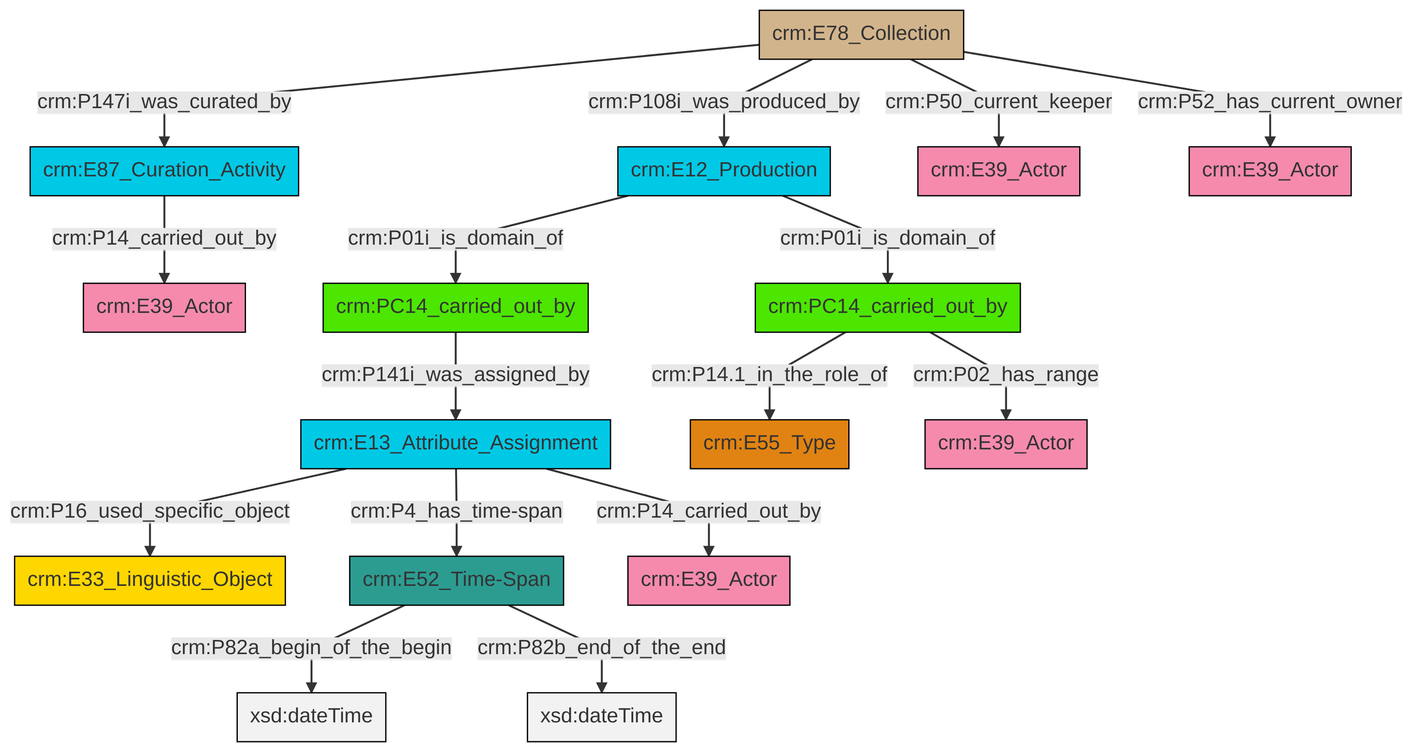
Before: et/archivalCSV/ttl/mmd/png/archival_relation.png, a diagram exported from Mermaid (swiss-art-research-net/docs.swissartresearch). Its source is kept beside it as et/archivalCSV/ttl/mmd/archival_relation.ttl.mmd.
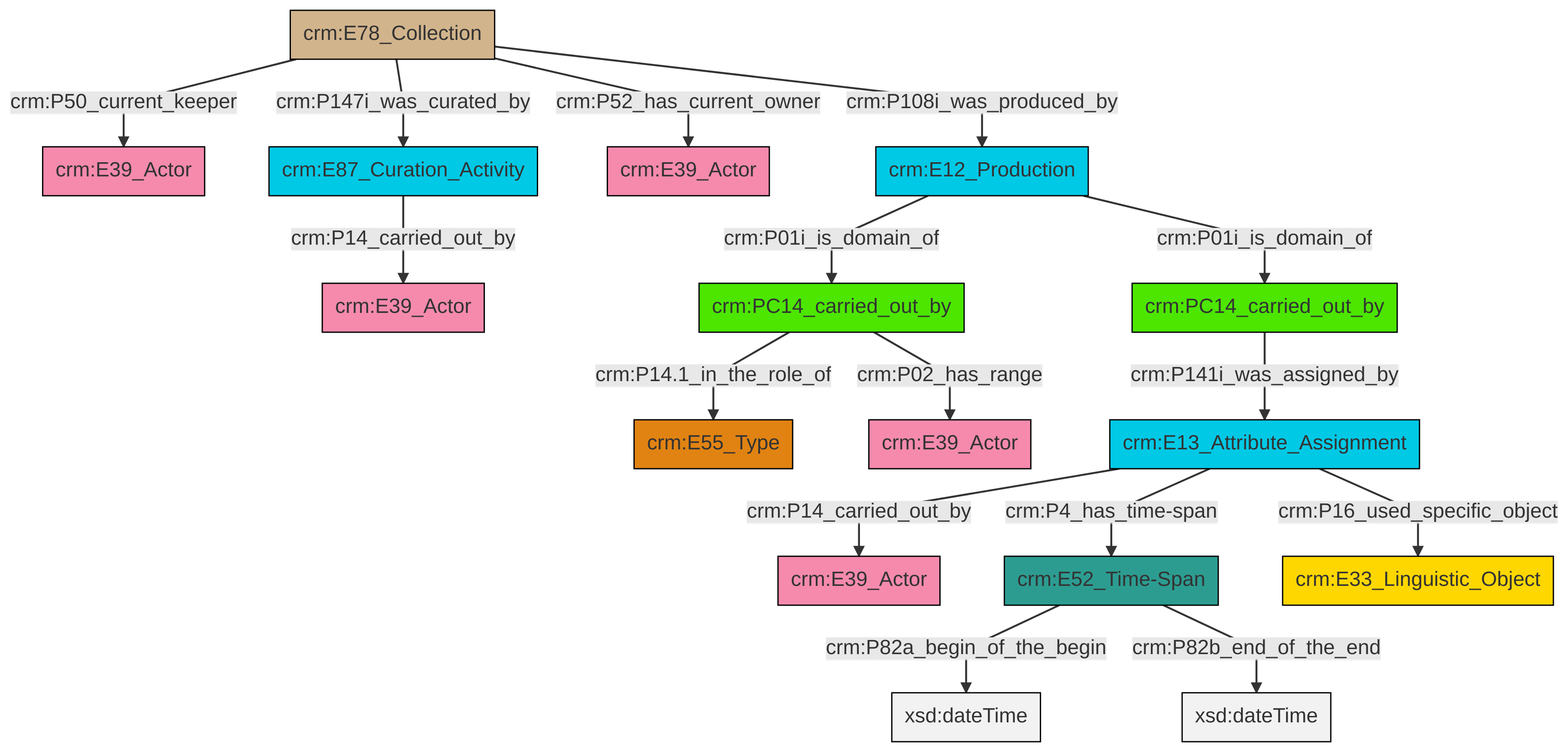
Above is the later version.

The edit, as a diff of the source:
```diff
@@ -13,18 +13,18 @@
 classDef PC_Classes fill:#4ce600, stroke:#000000;
 classDef Multi fill:#cccccc,stroke:#000000;
 
-2["crm:E13_Attribute_Assignment"]:::Temporal_Entity -->|crm:P16_used_specific_object| 3["crm:E33_Linguistic_Object"]:::Conceptual_Object
-5["crm:E87_Curation_Activity"]:::Temporal_Entity -->|crm:P14_carried_out_by| 6["crm:E39_Actor"]:::Actor
-7["crm:E12_Production"]:::Temporal_Entity -->|crm:P01i_is_domain_of| 8["crm:PC14_carried_out_by"]:::PC_Classes
-7["crm:E12_Production"]:::Temporal_Entity -->|crm:P01i_is_domain_of| 9["crm:PC14_carried_out_by"]:::PC_Classes
-11["crm:E52_Time-Span"]:::Time-Span -->|crm:P82a_begin_of_the_begin| 12[xsd:dateTime]:::Literal
-2["crm:E13_Attribute_Assignment"]:::Temporal_Entity -->|crm:P4_has_time-span| 11["crm:E52_Time-Span"]:::Time-Span
-9["crm:PC14_carried_out_by"]:::PC_Classes -->|crm:P141i_was_assigned_by| 2["crm:E13_Attribute_Assignment"]:::Temporal_Entity
-0["crm:E78_Collection"]:::Physical_Thing -->|crm:P108i_was_produced_by| 7["crm:E12_Production"]:::Temporal_Entity
-8["crm:PC14_carried_out_by"]:::PC_Classes -->|crm:P02_has_range| 20["crm:E39_Actor"]:::Actor
-0["crm:E78_Collection"]:::Physical_Thing -->|crm:P50_current_keeper| 15["crm:E39_Actor"]:::Actor
-8["crm:PC14_carried_out_by"]:::PC_Classes -->|crm:P14.1_in_the_role_of| 18["crm:E55_Type"]:::Type
-0["crm:E78_Collection"]:::Physical_Thing -->|crm:P147i_was_curated_by| 5["crm:E87_Curation_Activity"]:::Temporal_Entity
-11["crm:E52_Time-Span"]:::Time-Span -->|crm:P82b_end_of_the_end| 26[xsd:dateTime]:::Literal
-0["crm:E78_Collection"]:::Physical_Thing -->|crm:P52_has_current_owner| 27["crm:E39_Actor"]:::Actor
-2["crm:E13_Attribute_Assignment"]:::Temporal_Entity -->|crm:P14_carried_out_by| 24["crm:E39_Actor"]:::Actor
+2["crm:PC14_carried_out_by"]:::PC_Classes -->|crm:P141i_was_assigned_by| 3["crm:E13_Attribute_Assignment"]:::Temporal_Entity
+4["crm:E78_Collection"]:::Physical_Thing -->|crm:P50_current_keeper| 5["crm:E39_Actor"]:::Actor
+3["crm:E13_Attribute_Assignment"]:::Temporal_Entity -->|crm:P14_carried_out_by| 6["crm:E39_Actor"]:::Actor
+7["crm:E87_Curation_Activity"]:::Temporal_Entity -->|crm:P14_carried_out_by| 8["crm:E39_Actor"]:::Actor
+4["crm:E78_Collection"]:::Physical_Thing -->|crm:P147i_was_curated_by| 7["crm:E87_Curation_Activity"]:::Temporal_Entity
+9["crm:PC14_carried_out_by"]:::PC_Classes -->|crm:P14.1_in_the_role_of| 10["crm:E55_Type"]:::Type
+11["crm:E12_Production"]:::Temporal_Entity -->|crm:P01i_is_domain_of| 9["crm:PC14_carried_out_by"]:::PC_Classes
+4["crm:E78_Collection"]:::Physical_Thing -->|crm:P52_has_current_owner| 0["crm:E39_Actor"]:::Actor
+3["crm:E13_Attribute_Assignment"]:::Temporal_Entity -->|crm:P4_has_time-span| 14["crm:E52_Time-Span"]:::Time-Span
+9["crm:PC14_carried_out_by"]:::PC_Classes -->|crm:P02_has_range| 15["crm:E39_Actor"]:::Actor
+11["crm:E12_Production"]:::Temporal_Entity -->|crm:P01i_is_domain_of| 2["crm:PC14_carried_out_by"]:::PC_Classes
+14["crm:E52_Time-Span"]:::Time-Span -->|crm:P82a_begin_of_the_begin| 16[xsd:dateTime]:::Literal
+3["crm:E13_Attribute_Assignment"]:::Temporal_Entity -->|crm:P16_used_specific_object| 19["crm:E33_Linguistic_Object"]:::Conceptual_Object
+14["crm:E52_Time-Span"]:::Time-Span -->|crm:P82b_end_of_the_end| 25[xsd:dateTime]:::Literal
+4["crm:E78_Collection"]:::Physical_Thing -->|crm:P108i_was_produced_by| 11["crm:E12_Production"]:::Temporal_Entity
```
